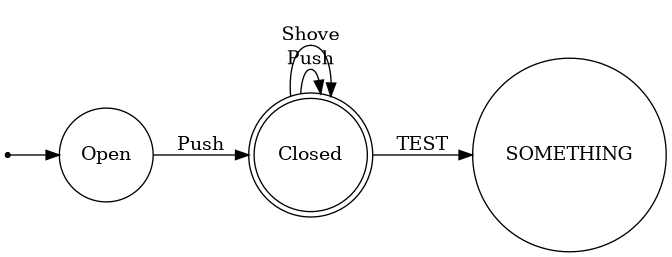
Above: bin/graph.png in P4-Group2-Compiler/P4-State-Lang (Graphviz), before the change. Its source is kept beside it as bin/graph.gv.
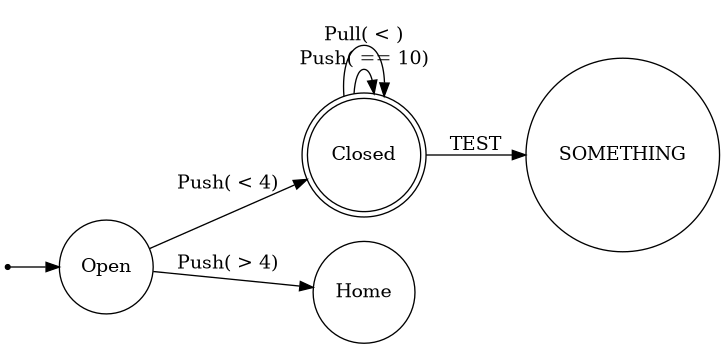
After the change.

Change to the diagram source:
```diff
@@ -3,9 +3,10 @@
  node [shape = circle;];
  null [shape = point;];
 null -> Open;
-Open -> Closed [label="Push"];
-Closed -> Closed [label="Push"];
-Closed -> Closed [label="Shove"];
+Open -> Closed [label="Push( < 4)"];
+Open -> Home [label="Push( > 4)"];
+Closed -> Closed [label="Push( == 10)"];
+Closed -> Closed [label="Pull( < )"];
 Closed -> SOMETHING [label="TEST"];
 Closed [shape = doublecircle;];
 }
```
